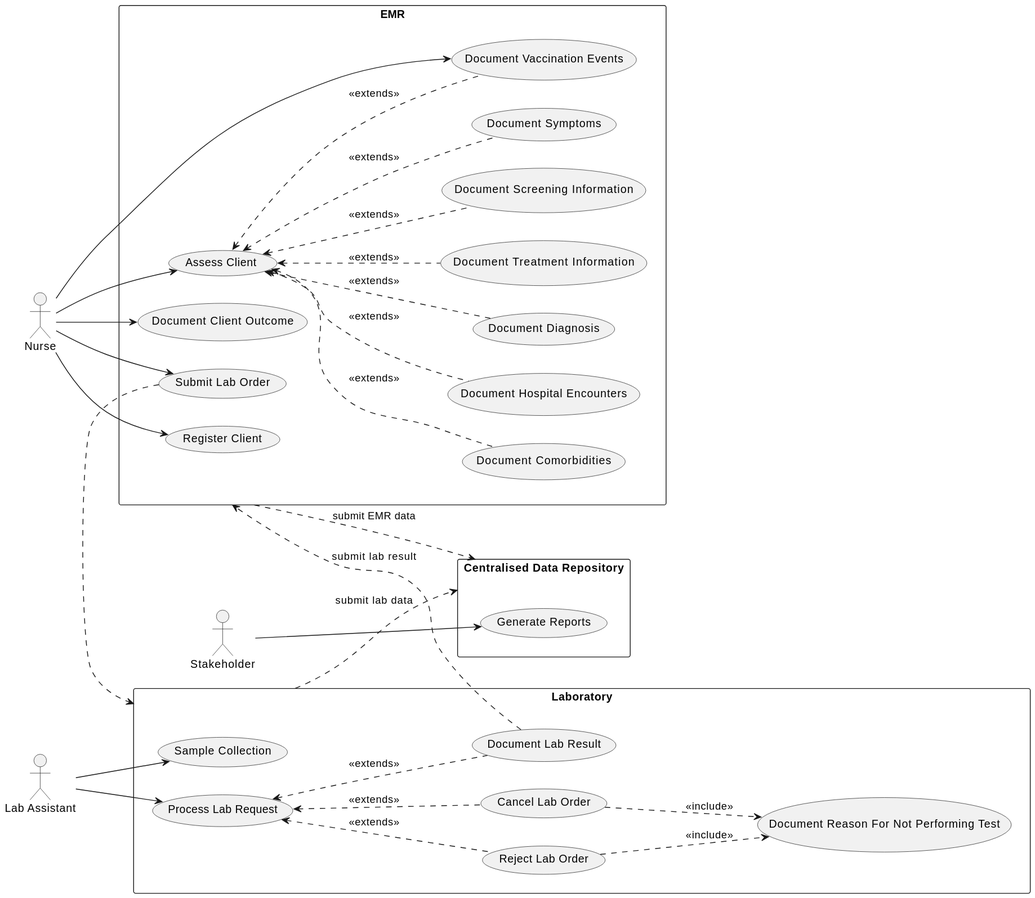
The PlantUML diagram input/includes/UseCaseDiagram.svg in openhie/covid19-casereporting, before a commit.
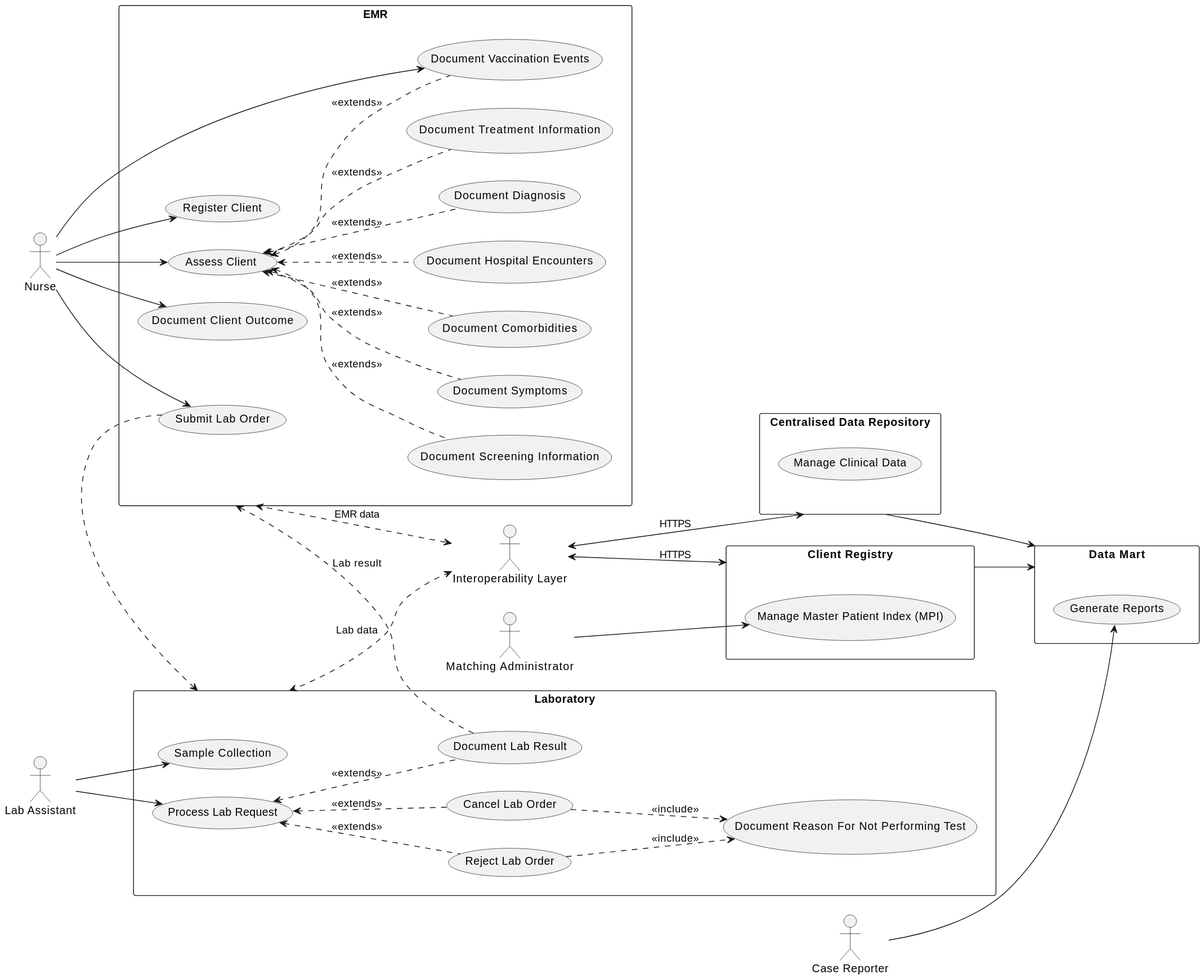
Above is the later version.

The edit, as a diff of the source:
```diff
@@ -53,16 +53,36 @@
 
 (UC11) ..> Laboratory
 
-(UC16) ..> EMR : "submit lab result"
+(UC16) ..> EMR : "Lab result"
 
-actor "Stakeholder" as stakeholder
+actor "Interoperability Layer" as iol
 rectangle "Centralised Data Repository" as cdr {
-  usecase "Generate Reports" as UC20
+  usecase "Manage Clinical Data" as UC20
 }
 
-stakeholder --> UC20
+iol <--> cdr : "HTTPS"
 
-EMR ..> cdr : "submit EMR data"
-Laboratory ..> cdr : "submit lab data"
+EMR <..> iol : "EMR data"
+Laboratory <..> iol : "Lab data"
+
+
+actor "Matching Administrator" as macthingAdmin
+rectangle "Client Registry" as cr {
+  usecase "Manage Master Patient Index (MPI)" as UC21
+}
+
+macthingAdmin --> UC21
+
+iol <--> cr : "HTTPS"
+
+actor "Case Reporter" as caseReporter
+rectangle "Data Mart" as dm {
+  usecase "Generate Reports" as UC22
+}
+
+caseReporter --> UC22
+
+cdr --> dm
+cr --> dm
 
 @enduml
```
